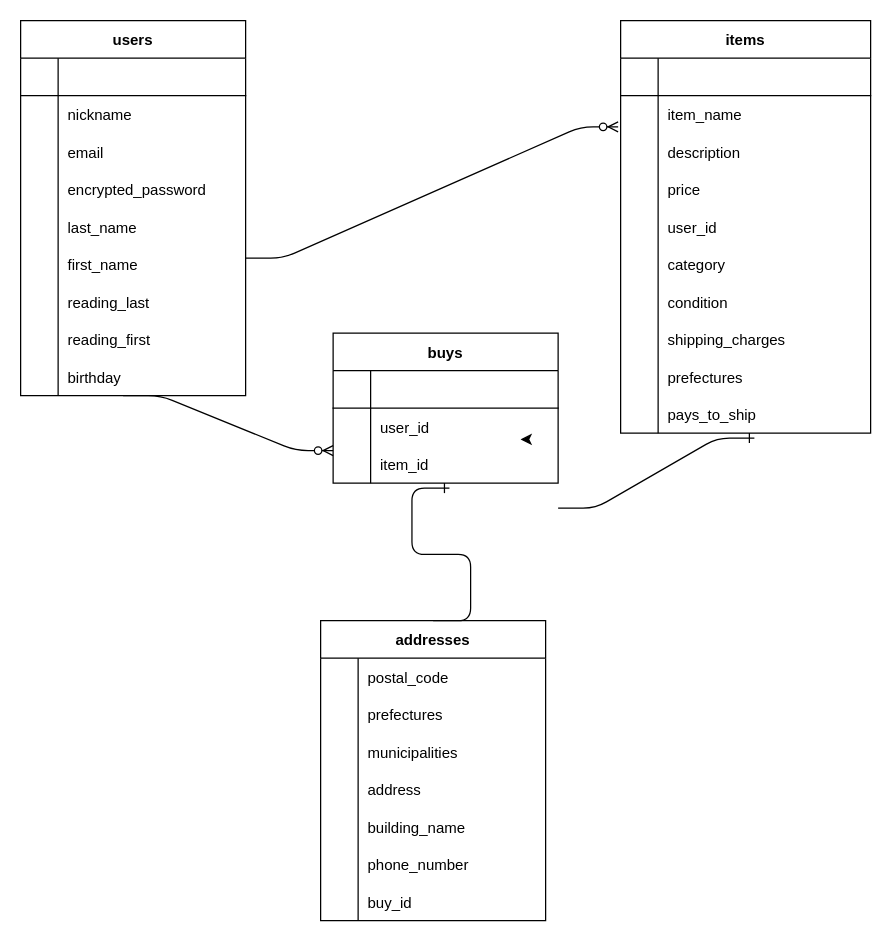
Above: page "Page-1" (1 of 2) of app/views/er.dio in Lightning-Farron/furima-23506 (draw.io), before the change. Source tidied: cells renumbered, new cells numbered last; positions are measured from the earlier drawing's top-left corner, leaving out a move shared by most shapes. Both pictures are drawn from the tidied source at 125%, with x=0, y=0 at pixel (20, 20).
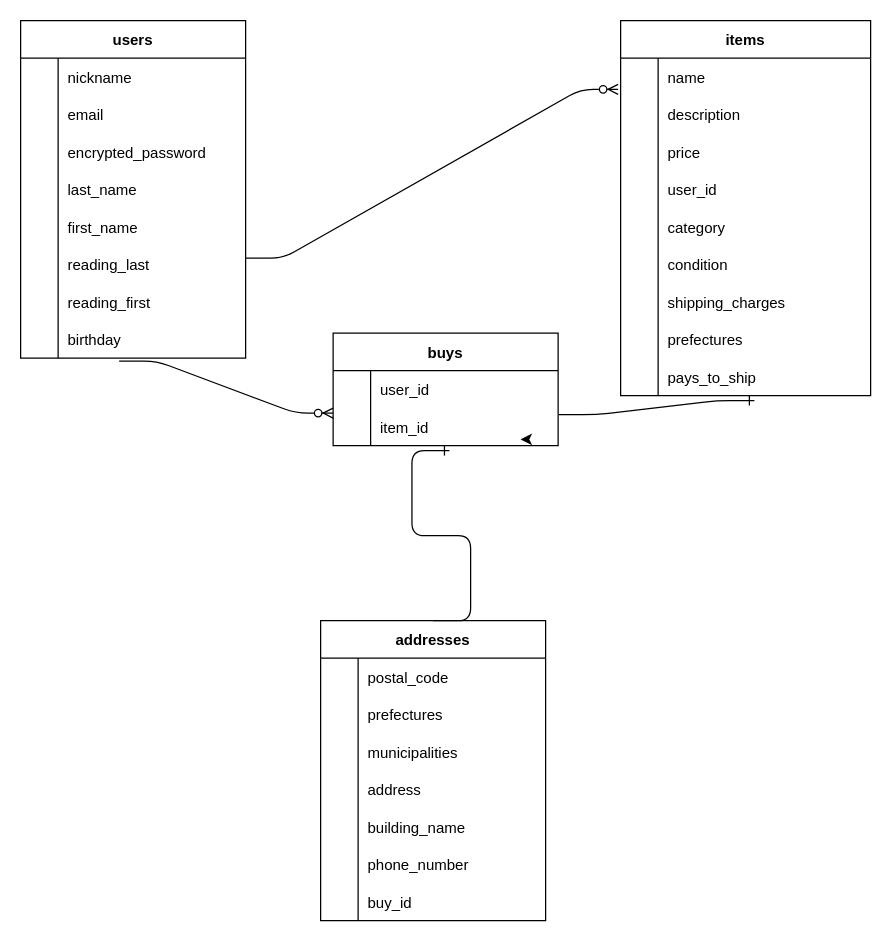
The same diagram, later.

Change to the diagram source:
```diff
@@
     <mxCell id="3" value="users" style="shape=table;startSize=30;childLayout=tableLayout;rowLines=0;fontStyle=1;align=center;" parent="1" vertex="1">
-      <mxGeometry width="180" height="300" as="geometry" />
+      <mxGeometry width="180" height="270" as="geometry" />
     </mxCell>
-    <mxCell id="4" style="shape=partialRectangle;fillColor=none;top=0;left=0;bottom=1;right=0;" parent="3" vertex="1">
-      <mxGeometry y="30" width="180" height="30" as="geometry" />
-    </mxCell>
-    <mxCell id="5" style="shape=partialRectangle;fillColor=none;top=0;left=0;bottom=0;right=0;fontStyle=1;overflow=hidden;" parent="4" vertex="1">
-      <mxGeometry width="30" height="30" as="geometry" />
-    </mxCell>
-    <mxCell id="6" style="shape=partialRectangle;fillColor=none;top=0;left=0;bottom=0;right=0;align=left;spacingLeft=6;fontStyle=5;overflow=hidden;" parent="4" vertex="1">
-      <mxGeometry x="30" width="150" height="30" as="geometry" />
-    </mxCell>
     <mxCell id="7" style="shape=partialRectangle;fillColor=none;top=0;left=0;bottom=0;right=0;" parent="3" vertex="1">
-      <mxGeometry y="60" width="180" height="30" as="geometry" />
+      <mxGeometry y="30" width="180" height="30" as="geometry" />
     </mxCell>
@@
     <mxCell id="10" style="shape=partialRectangle;fillColor=none;top=0;left=0;bottom=0;right=0;" parent="3" vertex="1">
-      <mxGeometry y="90" width="180" height="30" as="geometry" />
+      <mxGeometry y="60" width="180" height="30" as="geometry" />
     </mxCell>
@@
     <mxCell id="13" style="shape=partialRectangle;fillColor=none;top=0;left=0;bottom=0;right=0;" parent="3" vertex="1">
-      <mxGeometry y="120" width="180" height="30" as="geometry" />
+      <mxGeometry y="90" width="180" height="30" as="geometry" />
     </mxCell>
@@
     <mxCell id="16" style="shape=partialRectangle;fillColor=none;top=0;left=0;bottom=0;right=0;" parent="3" vertex="1">
-      <mxGeometry y="150" width="180" height="30" as="geometry" />
+      <mxGeometry y="120" width="180" height="30" as="geometry" />
     </mxCell>
@@
     <mxCell id="19" style="shape=partialRectangle;fillColor=none;top=0;left=0;bottom=0;right=0;" parent="3" vertex="1">
-      <mxGeometry y="180" width="180" height="30" as="geometry" />
+      <mxGeometry y="150" width="180" height="30" as="geometry" />
     </mxCell>
@@
     <mxCell id="22" style="shape=partialRectangle;fillColor=none;top=0;left=0;bottom=0;right=0;" parent="3" vertex="1">
-      <mxGeometry y="210" width="180" height="30" as="geometry" />
+      <mxGeometry y="180" width="180" height="30" as="geometry" />
     </mxCell>
@@
     <mxCell id="25" style="shape=partialRectangle;fillColor=none;top=0;left=0;bottom=0;right=0;" parent="3" vertex="1">
-      <mxGeometry y="240" width="180" height="30" as="geometry" />
+      <mxGeometry y="210" width="180" height="30" as="geometry" />
     </mxCell>
@@
     <mxCell id="28" style="shape=partialRectangle;fillColor=none;top=0;left=0;bottom=0;right=0;points=[[0,0.5],[1,0.5]];portConstraint=eastwest;" parent="3" vertex="1">
-      <mxGeometry y="270" width="180" height="30" as="geometry" />
+      <mxGeometry y="240" width="180" height="30" as="geometry" />
     </mxCell>
@@
     <mxCell id="31" value="items" style="shape=table;startSize=30;childLayout=tableLayout;rowLines=0;fontStyle=1;align=center;" parent="1" vertex="1">
-      <mxGeometry x="480" width="200" height="330" as="geometry" />
+      <mxGeometry x="480" width="200" height="300" as="geometry" />
     </mxCell>
-    <mxCell id="32" style="shape=partialRectangle;fillColor=none;top=0;left=0;bottom=1;right=0;" parent="31" vertex="1">
-      <mxGeometry y="30" width="200" height="30" as="geometry" />
-    </mxCell>
-    <mxCell id="33" style="shape=partialRectangle;fillColor=none;top=0;left=0;bottom=0;right=0;fontStyle=1;overflow=hidden;" parent="32" vertex="1">
-      <mxGeometry width="30" height="30" as="geometry" />
-    </mxCell>
-    <mxCell id="34" style="shape=partialRectangle;fillColor=none;top=0;left=0;bottom=0;right=0;align=left;spacingLeft=6;fontStyle=5;overflow=hidden;" parent="32" vertex="1">
-      <mxGeometry x="30" width="170" height="30" as="geometry" />
-    </mxCell>
     <mxCell id="35" style="shape=partialRectangle;fillColor=none;top=0;left=0;bottom=0;right=0;points=[[0,0.5],[1,0.5]];portConstraint=eastwest;" parent="31" vertex="1">
-      <mxGeometry y="60" width="200" height="30" as="geometry" />
+      <mxGeometry y="30" width="200" height="30" as="geometry" />
     </mxCell>
@@
-    <mxCell id="37" value="item_name" style="shape=partialRectangle;fillColor=none;top=0;left=0;bottom=0;right=0;align=left;spacingLeft=6;overflow=hidden;" parent="35" vertex="1">
+    <mxCell id="37" value="name" style="shape=partialRectangle;fillColor=none;top=0;left=0;bottom=0;right=0;align=left;spacingLeft=6;overflow=hidden;" parent="35" vertex="1">
       <mxGeometry x="30" width="170" height="30" as="geometry" />
     </mxCell>
     <mxCell id="38" style="shape=partialRectangle;fillColor=none;top=0;left=0;bottom=0;right=0;" parent="31" vertex="1">
-      <mxGeometry y="90" width="200" height="30" as="geometry" />
+      <mxGeometry y="60" width="200" height="30" as="geometry" />
     </mxCell>
@@
     <mxCell id="41" style="shape=partialRectangle;fillColor=none;top=0;left=0;bottom=0;right=0;" parent="31" vertex="1">
-      <mxGeometry y="120" width="200" height="30" as="geometry" />
+      <mxGeometry y="90" width="200" height="30" as="geometry" />
     </mxCell>
@@
     <mxCell id="44" style="shape=partialRectangle;fillColor=none;top=0;left=0;bottom=0;right=0;" parent="31" vertex="1">
-      <mxGeometry y="150" width="200" height="30" as="geometry" />
+      <mxGeometry y="120" width="200" height="30" as="geometry" />
     </mxCell>
@@
     <mxCell id="47" style="shape=partialRectangle;fillColor=none;top=0;left=0;bottom=0;right=0;" parent="31" vertex="1">
-      <mxGeometry y="180" width="200" height="30" as="geometry" />
+      <mxGeometry y="150" width="200" height="30" as="geometry" />
     </mxCell>
@@
     <mxCell id="50" style="shape=partialRectangle;fillColor=none;top=0;left=0;bottom=0;right=0;" parent="31" vertex="1">
-      <mxGeometry y="210" width="200" height="30" as="geometry" />
+      <mxGeometry y="180" width="200" height="30" as="geometry" />
     </mxCell>
@@
     <mxCell id="53" style="shape=partialRectangle;fillColor=none;top=0;left=0;bottom=0;right=0;" parent="31" vertex="1">
-      <mxGeometry y="240" width="200" height="30" as="geometry" />
+      <mxGeometry y="210" width="200" height="30" as="geometry" />
     </mxCell>
@@
     <mxCell id="56" style="shape=partialRectangle;fillColor=none;top=0;left=0;bottom=0;right=0;" parent="31" vertex="1">
-      <mxGeometry y="270" width="200" height="30" as="geometry" />
+      <mxGeometry y="240" width="200" height="30" as="geometry" />
     </mxCell>
@@
     <mxCell id="59" style="shape=partialRectangle;fillColor=none;top=0;left=0;bottom=0;right=0;points=[[0,0.5],[1,0.5]];portConstraint=eastwest;" parent="31" vertex="1">
-      <mxGeometry y="300" width="200" height="30" as="geometry" />
+      <mxGeometry y="270" width="200" height="30" as="geometry" />
     </mxCell>
@@
     <mxCell id="62" value="buys" style="shape=table;startSize=30;childLayout=tableLayout;rowLines=0;fontStyle=1;align=center;" parent="1" vertex="1">
-      <mxGeometry x="250" y="250" width="180" height="120" as="geometry" />
+      <mxGeometry x="250" y="250" width="180" height="90" as="geometry" />
     </mxCell>
-    <mxCell id="63" style="shape=partialRectangle;fillColor=none;top=0;left=0;bottom=1;right=0;" parent="62" vertex="1">
-      <mxGeometry y="30" width="180" height="30" as="geometry" />
-    </mxCell>
-    <mxCell id="64" style="shape=partialRectangle;fillColor=none;top=0;left=0;bottom=0;right=0;fontStyle=1;overflow=hidden;" parent="63" vertex="1">
-      <mxGeometry width="30" height="30" as="geometry" />
-    </mxCell>
-    <mxCell id="65" style="shape=partialRectangle;fillColor=none;top=0;left=0;bottom=0;right=0;align=left;spacingLeft=6;fontStyle=5;overflow=hidden;" parent="63" vertex="1">
-      <mxGeometry x="30" width="150" height="30" as="geometry" />
-    </mxCell>
     <mxCell id="66" style="shape=partialRectangle;fillColor=none;top=0;left=0;bottom=0;right=0;points=[[0,0.5],[1,0.5]];portConstraint=eastwest;" parent="62" vertex="1">
-      <mxGeometry y="60" width="180" height="30" as="geometry" />
+      <mxGeometry y="30" width="180" height="30" as="geometry" />
     </mxCell>
@@
     <mxCell id="69" style="shape=partialRectangle;fillColor=none;top=0;left=0;bottom=0;right=0;points=[[0,0.5],[1,0.5]];portConstraint=eastwest;" parent="62" vertex="1">
-      <mxGeometry y="90" width="180" height="30" as="geometry" />
+      <mxGeometry y="60" width="180" height="30" as="geometry" />
     </mxCell>
@@
-    <mxCell id="73" style="edgeStyle=entityRelationEdgeStyle;fontSize=12;html=1;endArrow=ERzeroToMany;endFill=1;entryX=0;entryY=1.133;entryDx=0;entryDy=0;entryPerimeter=0;" parent="1" edge="1" target="66">
-      <mxGeometry relative="1" as="geometry">
-        <mxPoint x="82" y="300" as="sourcePoint" />
-      </mxGeometry>
+    <mxCell id="73" style="edgeStyle=entityRelationEdgeStyle;fontSize=12;html=1;endArrow=ERzeroToMany;endFill=1;entryX=0;entryY=1.133;entryDx=0;entryDy=0;entryPerimeter=0;exitX=0.438;exitY=1.081;exitDx=0;exitDy=0;exitPerimeter=0;" parent="1" edge="1" source="28" target="66">
+      <mxGeometry relative="1" as="geometry" />
     </mxCell>
-    <mxCell id="74" style="edgeStyle=entityRelationEdgeStyle;fontSize=12;html=1;endArrow=ERone;endFill=1;exitX=1;exitY=0.5;exitDx=0;exitDy=0;entryX=0.535;entryY=1.133;entryDx=0;entryDy=0;entryPerimeter=0;" parent="1" edge="1" target="59">
-      <mxGeometry relative="1" as="geometry">
-        <mxPoint x="430" y="390" as="sourcePoint" />
-      </mxGeometry>
+    <mxCell id="74" style="edgeStyle=entityRelationEdgeStyle;fontSize=12;html=1;endArrow=ERone;endFill=1;exitX=1.002;exitY=0.176;exitDx=0;exitDy=0;entryX=0.535;entryY=1.133;entryDx=0;entryDy=0;entryPerimeter=0;exitPerimeter=0;" parent="1" edge="1" source="69" target="59">
+      <mxGeometry relative="1" as="geometry" />
     </mxCell>
```
